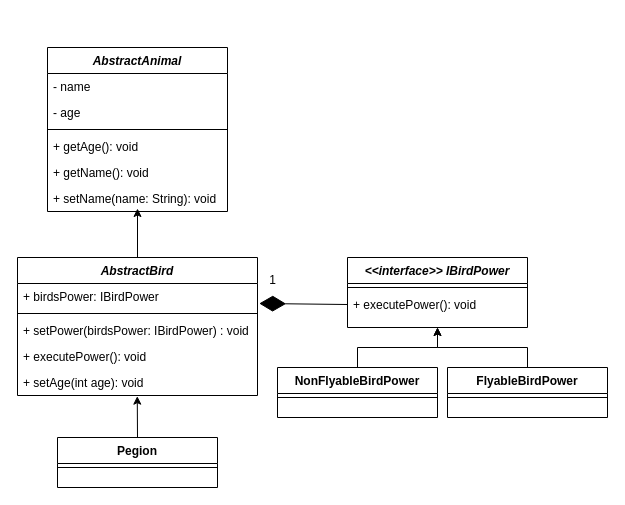
The draw.io diagram src/main/java/bkp/soliddesignpattern/animalplanet/strategy_design_pattern_uml_diagram.drawio in pks9862728888/java-and-design-patterns, before the edit. Source tidied: cells renumbered, new cells numbered last; positions are measured from the earlier drawing's top-left corner, leaving out a move shared by most shapes. Both pictures are drawn from the tidied source at 100%, with x=0, y=0 at pixel (17, 47).
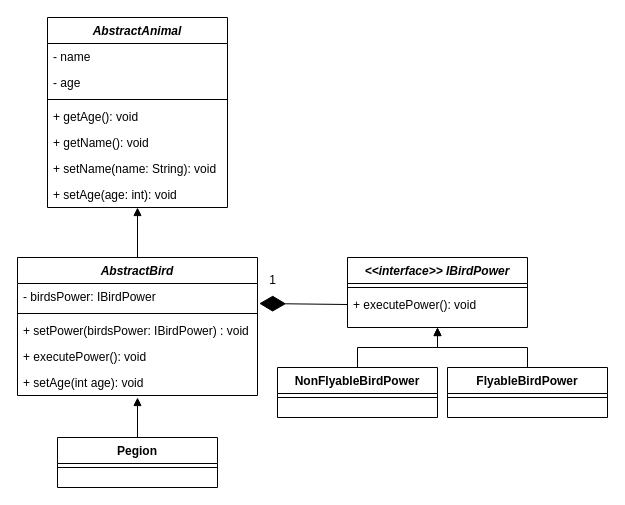
The same page after the edit.

Commit message:
Corrected design diagram

Unchanged cells that the change refers to:
```xml
<mxCell id="2" value="AbstractBird" style="swimlane;fontStyle=3;align=center;verticalAlign=top;horizontal=1;startSize=26;rounded=0;shadow=0;strokeWidth=1;" parent="1" vertex="1">
  <mxGeometry y="210" width="240" height="138" as="geometry" />
</mxCell>
<mxCell id="7" value="+ setAge(int age): void" style="text;align=left;verticalAlign=top;spacingLeft=4;spacingRight=4;overflow=hidden;points=[[0,0.5],[1,0.5]];portConstraint=eastwest;" parent="2" vertex="1">
  <mxGeometry y="112" width="240" height="26" as="geometry" />
</mxCell>
<mxCell id="8" value="Pegion" style="swimlane;fontStyle=1;align=center;verticalAlign=top;horizontal=1;startSize=26;rounded=0;shadow=0;strokeWidth=1;" parent="1" vertex="1">
  <mxGeometry x="40" y="390" width="160" height="50" as="geometry" />
</mxCell>
<mxCell id="17" value="&lt;&lt;interface&gt;&gt; IBirdPower" style="swimlane;fontStyle=3;align=center;verticalAlign=top;horizontal=1;startSize=26;rounded=0;shadow=0;strokeWidth=1;" parent="1" vertex="1">
  <mxGeometry x="330" y="210" width="180" height="70" as="geometry" />
</mxCell>
<mxCell id="24" value="FlyableBirdPower" style="swimlane;fontStyle=1;align=center;verticalAlign=top;horizontal=1;startSize=26;rounded=0;shadow=0;strokeWidth=1;" parent="1" vertex="1">
  <mxGeometry x="430" y="320" width="160" height="50" as="geometry" />
</mxCell>
<mxCell id="26" value="NonFlyableBirdPower" style="swimlane;fontStyle=1;align=center;verticalAlign=top;horizontal=1;startSize=26;rounded=0;shadow=0;strokeWidth=1;" parent="1" vertex="1">
  <mxGeometry x="260" y="320" width="160" height="50" as="geometry" />
</mxCell>
```

Diff of the diagram source:
```diff
@@
-    <mxCell id="3" value="+ birdsPower: IBirdPower" style="text;align=left;verticalAlign=top;spacingLeft=4;spacingRight=4;overflow=hidden;points=[[0,0.5],[1,0.5]];portConstraint=eastwest;" parent="2" vertex="1">
+    <mxCell id="3" value="- birdsPower: IBirdPower" style="text;align=left;verticalAlign=top;spacingLeft=4;spacingRight=4;overflow=hidden;points=[[0,0.5],[1,0.5]];portConstraint=eastwest;" parent="2" vertex="1">
       <mxGeometry y="26" width="240" height="26" as="geometry" />
     </mxCell>
@@
     <mxCell id="10" value="AbstractAnimal" style="swimlane;fontStyle=3;align=center;verticalAlign=top;horizontal=1;startSize=26;rounded=0;shadow=0;strokeWidth=1;" parent="1" vertex="1">
-      <mxGeometry x="30" width="180" height="164" as="geometry" />
+      <mxGeometry x="30" y="-30" width="180" height="190" as="geometry" />
     </mxCell>
@@
+    <mxCell id="30" value="+ setAge(age: int): void" style="text;align=left;verticalAlign=top;spacingLeft=4;spacingRight=4;overflow=hidden;" parent="10" vertex="1">
+      <mxGeometry y="164" width="180" height="26" as="geometry" />
+    </mxCell>
@@
-    <mxCell id="20" style="endArrow=classic;html=1;rounded=0;exitX=0.5;exitY=0;exitDx=0;exitDy=0;" parent="1" edge="1" source="2">
-      <mxGeometry relative="1" as="geometry">
-        <mxPoint x="120" y="161" as="targetPoint" />
-      </mxGeometry>
-    </mxCell>
@@
-    <mxCell id="23" style="endArrow=classic;html=1;rounded=0;exitX=0.5;exitY=0;exitDx=0;exitDy=0;entryX=0.499;entryY=1.026;entryDx=0;entryDy=0;entryPerimeter=0;" parent="1" edge="1" source="8" target="7">
-      <mxGeometry relative="1" as="geometry" />
-    </mxCell>
@@
+    <mxCell id="31" style="html=1;verticalAlign=bottom;labelBackgroundColor=none;endArrow=block;endFill=1;rounded=0;exitX=0.5;exitY=0;exitDx=0;exitDy=0;" parent="1" edge="1" source="2">
+      <mxGeometry relative="1" as="geometry">
+        <mxPoint x="120" y="160" as="targetPoint" />
+      </mxGeometry>
+    </mxCell>
+    <mxCell id="32" style="html=1;verticalAlign=bottom;labelBackgroundColor=none;endArrow=block;endFill=1;rounded=0;exitX=0.5;exitY=0;exitDx=0;exitDy=0;" parent="1" edge="1" source="8">
+      <mxGeometry relative="1" as="geometry">
+        <mxPoint x="120" y="350" as="targetPoint" />
+      </mxGeometry>
+    </mxCell>
-    <mxCell id="28" style="endArrow=classic;html=1;rounded=0;entryX=0.5;entryY=1;entryDx=0;entryDy=0;exitX=0.5;exitY=0;exitDx=0;exitDy=0;" parent="1" edge="1" source="26" target="17">
+    <mxCell id="28" style="html=1;verticalAlign=bottom;labelBackgroundColor=none;endArrow=block;endFill=1;rounded=0;entryX=0.5;entryY=1;entryDx=0;entryDy=0;exitX=0.5;exitY=0;exitDx=0;exitDy=0;" parent="1" edge="1" source="26" target="17">
       <mxGeometry relative="1" as="geometry">
         <Array as="points">
           <mxPoint x="340" y="300" />
           <mxPoint x="420" y="300" />
         </Array>
       </mxGeometry>
     </mxCell>
-    <mxCell id="29" style="endArrow=classic;html=1;rounded=0;entryX=0.5;entryY=1;entryDx=0;entryDy=0;exitX=0.5;exitY=0;exitDx=0;exitDy=0;" parent="1" edge="1" source="24" target="17">
+    <mxCell id="29" style="html=1;verticalAlign=bottom;labelBackgroundColor=none;endArrow=block;endFill=1;rounded=0;entryX=0.5;entryY=1;entryDx=0;entryDy=0;exitX=0.5;exitY=0;exitDx=0;exitDy=0;" parent="1" edge="1" source="24" target="17">
       <mxGeometry relative="1" as="geometry">
         <Array as="points">
           <mxPoint x="510" y="300" />
           <mxPoint x="420" y="300" />
         </Array>
       </mxGeometry>
     </mxCell>
```
